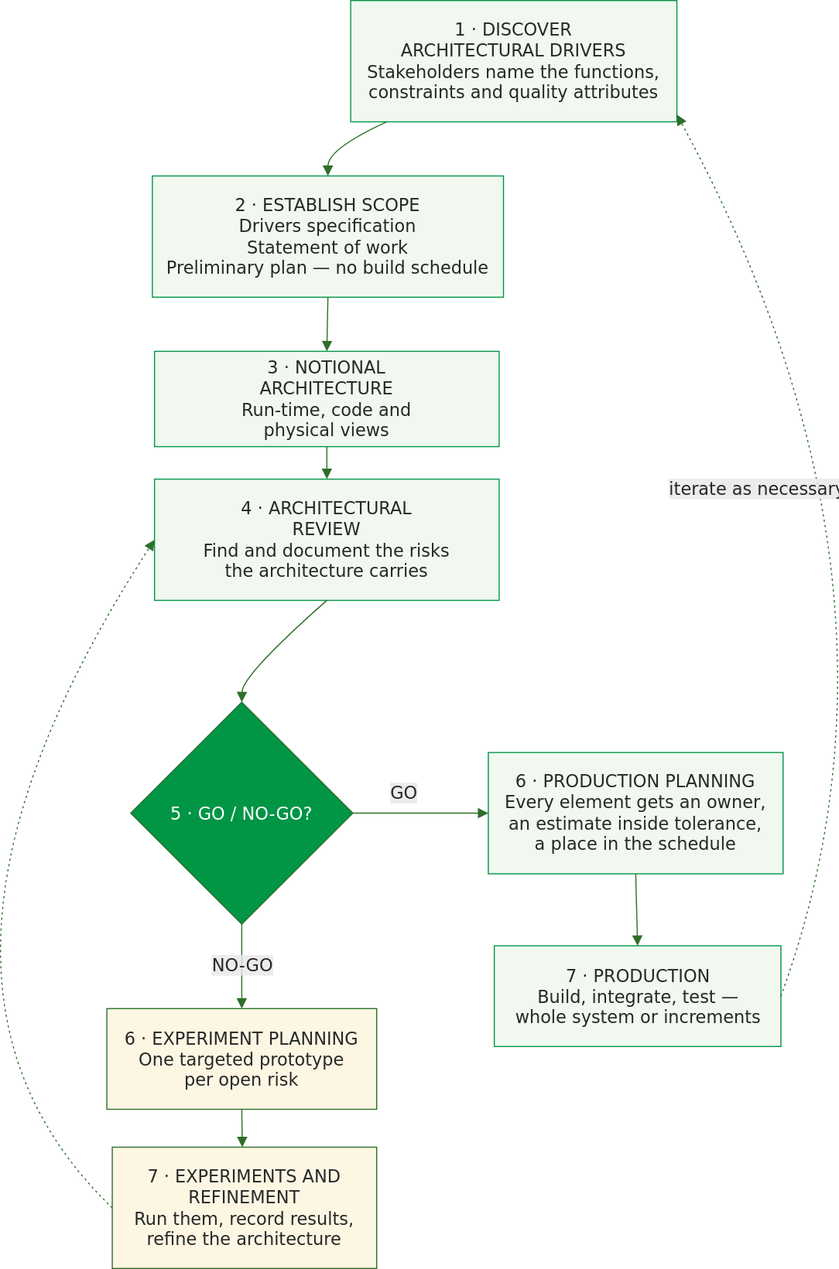
Earlier version of the draw.io export images/acdm.svg (msdbok/msdbok.github.io). Source tidied: cells renumbered, new cells last; positions are measured from the earlier drawing's top-left corner, leaving out a move shared by most shapes. Its diagram source:
```xml
<mxGraphModel>
  <root>
    <mxCell id="0" />
    <mxCell id="1" parent="0" />
    <mxCell id="2" value="1 · DISCOVER&#10;ARCHITECTURAL DRIVERS&#10;Stakeholders name the functions,&#10;constraints and quality attributes" style="html=1;whiteSpace=wrap;strokeWidth=1;fillColor=#f0f8f0;strokeColor=#019546;fontColor=#282828;fontFamily=Tahoma,Verdana,DejaVu Sans,sans-serif;fontSize=16;" parent="1" vertex="1">
      <mxGeometry x="442" width="301" height="112" as="geometry" />
    </mxCell>
    <mxCell id="3" value="2 · ESTABLISH SCOPE&#10;Drivers specification&#10;Statement of work&#10;Preliminary plan — no build schedule" style="html=1;whiteSpace=wrap;strokeWidth=1;fillColor=#f0f8f0;strokeColor=#019546;fontColor=#282828;fontFamily=Tahoma,Verdana,DejaVu Sans,sans-serif;fontSize=16;" parent="1" vertex="1">
      <mxGeometry x="259" y="162" width="324" height="112" as="geometry" />
    </mxCell>
    <mxCell id="4" value="3 · NOTIONAL&#10;ARCHITECTURE&#10;Run-time, code and&#10;physical views" style="html=1;whiteSpace=wrap;strokeWidth=1;fillColor=#f0f8f0;strokeColor=#019546;fontColor=#282828;fontFamily=Tahoma,Verdana,DejaVu Sans,sans-serif;fontSize=16;" parent="1" vertex="1">
      <mxGeometry x="261" y="324" width="318" height="88" as="geometry" />
    </mxCell>
    <mxCell id="5" value="4 · ARCHITECTURAL&#10;REVIEW&#10;Find and document the risks&#10;the architecture carries" style="html=1;whiteSpace=wrap;strokeWidth=1;fillColor=#f0f8f0;strokeColor=#019546;fontColor=#282828;fontFamily=Tahoma,Verdana,DejaVu Sans,sans-serif;fontSize=16;" parent="1" vertex="1">
      <mxGeometry x="261" y="442" width="318" height="112" as="geometry" />
    </mxCell>
    <mxCell id="6" value="5 · GO / NO-GO?" style="rhombus;html=1;strokeWidth=1;whiteSpace=wrap;fillColor=#019546;strokeColor=#2D6E2A;fontColor=#ffffff;fontFamily=Tahoma,Verdana,DejaVu Sans,sans-serif;fontSize=16;" parent="1" vertex="1">
      <mxGeometry x="239" y="648" width="205" height="205" as="geometry" />
    </mxCell>
    <mxCell id="7" value="6 · EXPERIMENT PLANNING&#10;One targeted prototype&#10;per open risk" style="html=1;whiteSpace=wrap;strokeWidth=1;fillColor=#fdf6e3;strokeColor=#2D6E2A;fontColor=#282828;fontFamily=Tahoma,Verdana,DejaVu Sans,sans-serif;fontSize=16;" parent="1" vertex="1">
      <mxGeometry x="217" y="931" width="249" height="93" as="geometry" />
    </mxCell>
    <mxCell id="8" value="7 · EXPERIMENTS AND&#10;REFINEMENT&#10;Run them, record results,&#10;refine the architecture" style="html=1;whiteSpace=wrap;strokeWidth=1;fillColor=#fdf6e3;strokeColor=#2D6E2A;fontColor=#282828;fontFamily=Tahoma,Verdana,DejaVu Sans,sans-serif;fontSize=16;" parent="1" vertex="1">
      <mxGeometry x="222" y="1059" width="244" height="112" as="geometry" />
    </mxCell>
    <mxCell id="9" value="6 · PRODUCTION PLANNING&#10;Every element gets an owner,&#10;an estimate inside tolerance,&#10;a place in the schedule" style="html=1;whiteSpace=wrap;strokeWidth=1;fillColor=#f0f8f0;strokeColor=#019546;fontColor=#282828;fontFamily=Tahoma,Verdana,DejaVu Sans,sans-serif;fontSize=16;" parent="1" vertex="1">
      <mxGeometry x="569" y="694.5" width="272" height="112" as="geometry" />
    </mxCell>
    <mxCell id="10" value="7 · PRODUCTION&#10;Build, integrate, test —&#10;whole system or increments" style="html=1;whiteSpace=wrap;strokeWidth=1;fillColor=#f0f8f0;strokeColor=#019546;fontColor=#282828;fontFamily=Tahoma,Verdana,DejaVu Sans,sans-serif;fontSize=16;" parent="1" vertex="1">
      <mxGeometry x="574.5" y="873" width="264.5" height="93" as="geometry" />
    </mxCell>
    <mxCell id="11" style="curved=1;startArrow=none;endArrow=block;endSize=7;strokeColor=#2D6E2A;exitX=0.11;exitY=1;entryX=0.5;entryY=0;" parent="1" edge="1" source="2" target="3">
      <mxGeometry relative="1" as="geometry">
        <Array as="points">
          <mxPoint x="421" y="137" />
        </Array>
      </mxGeometry>
    </mxCell>
    <mxCell id="12" style="curved=1;startArrow=none;endArrow=block;endSize=7;strokeColor=#2D6E2A;exitX=0.5;exitY=1;entryX=0.5;entryY=0;" parent="1" edge="1" source="3" target="4">
      <mxGeometry relative="1" as="geometry" />
    </mxCell>
    <mxCell id="13" style="curved=1;startArrow=none;endArrow=block;endSize=7;strokeColor=#2D6E2A;exitX=0.5;exitY=1;entryX=0.5;entryY=0;" parent="1" edge="1" source="4" target="5">
      <mxGeometry relative="1" as="geometry" />
    </mxCell>
    <mxCell id="14" style="curved=1;startArrow=none;endArrow=block;endSize=7;strokeColor=#2D6E2A;exitX=0.5;exitY=1;entryX=0.5;entryY=0;exitDx=0;exitDy=0;" parent="1" edge="1" source="5" target="6">
      <mxGeometry relative="1" as="geometry">
        <Array as="points">
          <mxPoint x="342" y="623" />
        </Array>
      </mxGeometry>
    </mxCell>
    <mxCell id="15" value="NO-GO" style="curved=1;startArrow=none;endArrow=block;endSize=7;strokeColor=#2D6E2A;html=1;fontSize=16;labelBackgroundColor=light-dark(#E8E8E88D,#2a2a2a8D);fontFamily=Tahoma,Verdana,DejaVu Sans,sans-serif;fontColor=#282828;exitX=0.5;exitY=1;entryX=0.5;entryY=0;" parent="1" edge="1" source="6" target="7">
      <mxGeometry relative="1" as="geometry" />
    </mxCell>
    <mxCell id="16" style="curved=1;startArrow=none;endArrow=block;endSize=7;strokeColor=#2D6E2A;exitX=0.5;exitY=1;" parent="1" edge="1" source="7">
      <mxGeometry relative="1" as="geometry">
        <mxPoint x="342" y="1059" as="targetPoint" />
      </mxGeometry>
    </mxCell>
    <mxCell id="17" style="curved=1;dashed=1;dashPattern=2 3;fixDash=1;startArrow=none;endArrow=block;endSize=7;strokeColor=#2D6E2A;exitX=0;exitY=0.5;entryX=0;entryY=0.5;entryDx=0;entryDy=0;exitDx=0;exitDy=0;" parent="1" edge="1" source="8" target="5">
      <mxGeometry relative="1" as="geometry">
        <Array as="points">
          <mxPoint y="901" />
        </Array>
      </mxGeometry>
    </mxCell>
    <mxCell id="18" value="GO" style="curved=1;startArrow=none;endArrow=block;endSize=7;strokeColor=#2D6E2A;html=1;fontSize=16;labelBackgroundColor=light-dark(#E8E8E88D,#2a2a2a8D);fontFamily=Tahoma,Verdana,DejaVu Sans,sans-serif;fontColor=#282828;exitX=1;exitY=0.5;entryX=0;entryY=0.5;entryDx=0;entryDy=0;exitDx=0;exitDy=0;" parent="1" edge="1" source="6" target="9">
      <mxGeometry x="-0.25" y="19" relative="1" as="geometry" />
    </mxCell>
    <mxCell id="19" style="curved=1;startArrow=none;endArrow=block;endSize=7;strokeColor=#2D6E2A;exitX=0.5;exitY=1;entryX=0.5;entryY=0;entryDx=0;entryDy=0;" parent="1" edge="1" source="9" target="10">
      <mxGeometry relative="1" as="geometry" />
    </mxCell>
    <mxCell id="20" value="iterate as necessary" style="curved=1;dashed=1;dashPattern=2 3;fixDash=1;startArrow=none;endArrow=block;endSize=7;strokeColor=#2D6E2A;html=1;fontSize=16;labelBackgroundColor=light-dark(#E8E8E88D,#2a2a2a8D);fontFamily=Tahoma,Verdana,DejaVu Sans,sans-serif;fontColor=#282828;entryX=1;entryY=0.94;exitX=1;exitY=0.5;exitDx=0;exitDy=0;" parent="1" edge="1" source="10" target="2">
      <mxGeometry x="0.25" y="99" relative="1" as="geometry">
        <Array as="points">
          <mxPoint x="978" y="539" />
        </Array>
        <mxPoint y="1" as="offset" />
      </mxGeometry>
    </mxCell>
  </root>
</mxGraphModel>
```
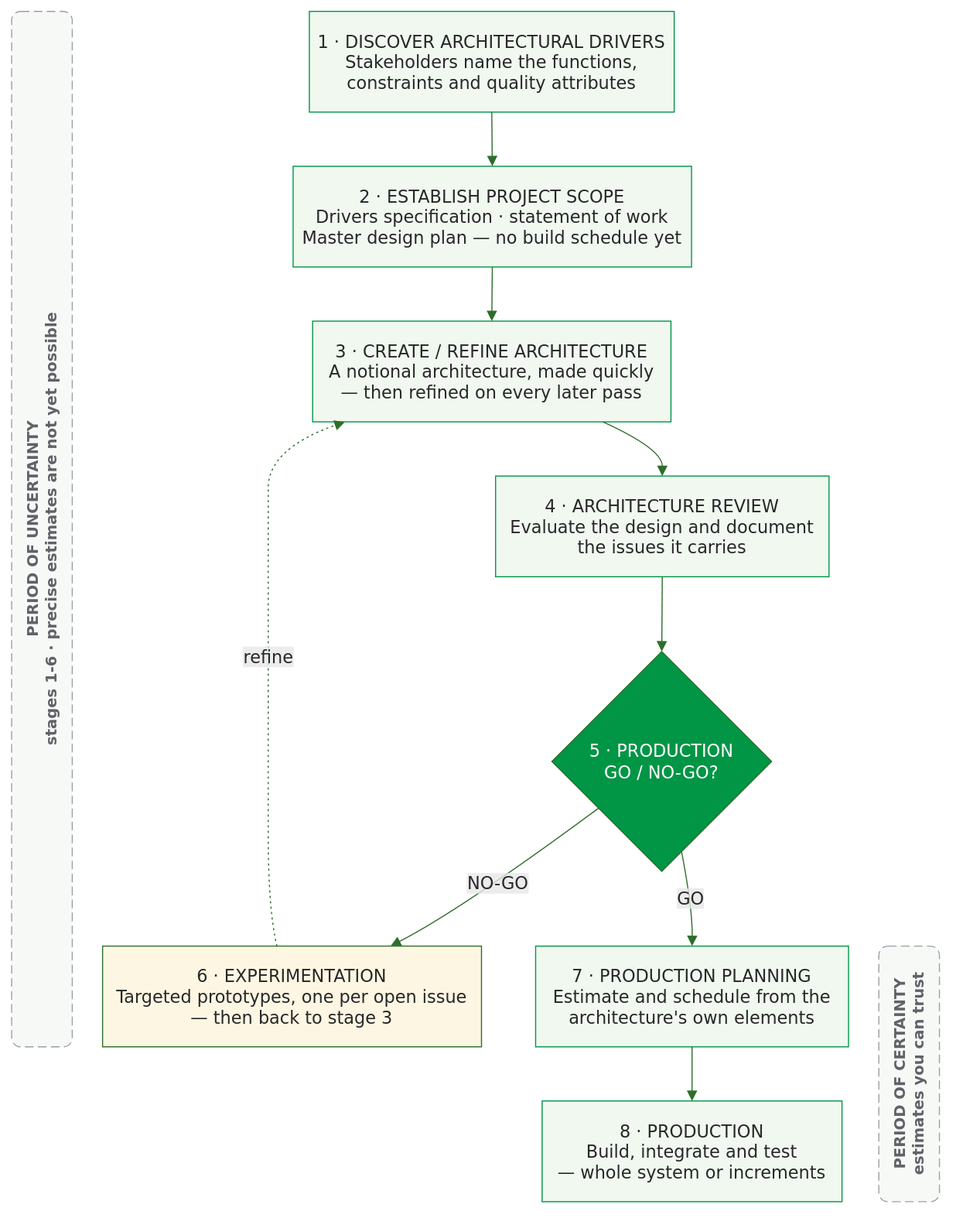
Later version of the same file.

Change to the diagram source:
```diff
@@ -2,81 +2,79 @@
   <root>
     <mxCell id="0" />
     <mxCell id="1" parent="0" />
+    <mxCell id="21" value="PERIOD OF UNCERTAINTY&#10;stages 1-6 · precise estimates are not yet possible" style="rounded=1;whiteSpace=wrap;html=1;horizontal=0;dashed=1;dashPattern=8 4;fillColor=#f7f9f7;strokeColor=#9aa0a6;fontColor=#5f6368;fontSize=14;fontStyle=1;verticalAlign=middle;align=center;fontFamily=Tahoma,Verdana,DejaVu Sans,sans-serif;" parent="1" vertex="1">
+      <mxGeometry x="133" width="56" height="956" as="geometry" />
+    </mxCell>
+    <mxCell id="22" value="PERIOD OF CERTAINTY&#10;estimates you can trust" style="rounded=1;whiteSpace=wrap;html=1;horizontal=0;dashed=1;dashPattern=8 4;fillColor=#f7f9f7;strokeColor=#9aa0a6;fontColor=#5f6368;fontSize=14;fontStyle=1;verticalAlign=middle;align=center;fontFamily=Tahoma,Verdana,DejaVu Sans,sans-serif;" parent="1" vertex="1">
+      <mxGeometry x="934" y="863" width="56" height="236" as="geometry" />
+    </mxCell>
-    <mxCell id="2" value="1 · DISCOVER&#10;ARCHITECTURAL DRIVERS&#10;Stakeholders name the functions,&#10;constraints and quality attributes" style="html=1;whiteSpace=wrap;strokeWidth=1;fillColor=#f0f8f0;strokeColor=#019546;fontColor=#282828;fontFamily=Tahoma,Verdana,DejaVu Sans,sans-serif;fontSize=16;" parent="1" vertex="1">
-      <mxGeometry x="442" width="301" height="112" as="geometry" />
+    <mxCell id="2" value="1 · DISCOVER ARCHITECTURAL DRIVERS&#10;Stakeholders name the functions,&#10;constraints and quality attributes" style="html=1;whiteSpace=wrap;strokeWidth=1;fillColor=#f0f8f0;strokeColor=#019546;fontColor=#282828;fontFamily=Tahoma,Verdana,DejaVu Sans,sans-serif;fontSize=16;" parent="1" vertex="1">
+      <mxGeometry x="408" width="337" height="93" as="geometry" />
     </mxCell>
-    <mxCell id="3" value="2 · ESTABLISH SCOPE&#10;Drivers specification&#10;Statement of work&#10;Preliminary plan — no build schedule" style="html=1;whiteSpace=wrap;strokeWidth=1;fillColor=#f0f8f0;strokeColor=#019546;fontColor=#282828;fontFamily=Tahoma,Verdana,DejaVu Sans,sans-serif;fontSize=16;" parent="1" vertex="1">
-      <mxGeometry x="259" y="162" width="324" height="112" as="geometry" />
+    <mxCell id="3" value="2 · ESTABLISH PROJECT SCOPE&#10;Drivers specification · statement of work&#10;Master design plan — no build schedule yet" style="html=1;whiteSpace=wrap;strokeWidth=1;fillColor=#f0f8f0;strokeColor=#019546;fontColor=#282828;fontFamily=Tahoma,Verdana,DejaVu Sans,sans-serif;fontSize=16;" parent="1" vertex="1">
+      <mxGeometry x="393" y="143" width="368" height="93" as="geometry" />
     </mxCell>
-    <mxCell id="4" value="3 · NOTIONAL&#10;ARCHITECTURE&#10;Run-time, code and&#10;physical views" style="html=1;whiteSpace=wrap;strokeWidth=1;fillColor=#f0f8f0;strokeColor=#019546;fontColor=#282828;fontFamily=Tahoma,Verdana,DejaVu Sans,sans-serif;fontSize=16;" parent="1" vertex="1">
-      <mxGeometry x="261" y="324" width="318" height="88" as="geometry" />
+    <mxCell id="4" value="3 · CREATE / REFINE ARCHITECTURE&#10;A notional architecture, made quickly&#10;— then refined on every later pass" style="html=1;whiteSpace=wrap;strokeWidth=1;fillColor=#f0f8f0;strokeColor=#019546;fontColor=#282828;fontFamily=Tahoma,Verdana,DejaVu Sans,sans-serif;fontSize=16;" parent="1" vertex="1">
+      <mxGeometry x="411" y="286" width="331" height="93" as="geometry" />
     </mxCell>
-    <mxCell id="5" value="4 · ARCHITECTURAL&#10;REVIEW&#10;Find and document the risks&#10;the architecture carries" style="html=1;whiteSpace=wrap;strokeWidth=1;fillColor=#f0f8f0;strokeColor=#019546;fontColor=#282828;fontFamily=Tahoma,Verdana,DejaVu Sans,sans-serif;fontSize=16;" parent="1" vertex="1">
-      <mxGeometry x="261" y="442" width="318" height="112" as="geometry" />
+    <mxCell id="5" value="4 · ARCHITECTURE REVIEW&#10;Evaluate the design and document&#10;the issues it carries" style="html=1;whiteSpace=wrap;strokeWidth=1;fillColor=#f0f8f0;strokeColor=#019546;fontColor=#282828;fontFamily=Tahoma,Verdana,DejaVu Sans,sans-serif;fontSize=16;" parent="1" vertex="1">
+      <mxGeometry x="580" y="429" width="308" height="93" as="geometry" />
     </mxCell>
-    <mxCell id="6" value="5 · GO / NO-GO?" style="rhombus;html=1;strokeWidth=1;whiteSpace=wrap;fillColor=#019546;strokeColor=#2D6E2A;fontColor=#ffffff;fontFamily=Tahoma,Verdana,DejaVu Sans,sans-serif;fontSize=16;" parent="1" vertex="1">
-      <mxGeometry x="239" y="648" width="205" height="205" as="geometry" />
+    <mxCell id="6" value="5 · PRODUCTION&#10;GO / NO-GO?" style="rhombus;html=1;strokeWidth=1;whiteSpace=wrap;fillColor=#019546;strokeColor=#2D6E2A;fontColor=#ffffff;fontFamily=Tahoma,Verdana,DejaVu Sans,sans-serif;fontSize=16;" parent="1" vertex="1">
+      <mxGeometry x="632" y="591" width="203" height="203" as="geometry" />
     </mxCell>
-    <mxCell id="7" value="6 · EXPERIMENT PLANNING&#10;One targeted prototype&#10;per open risk" style="html=1;whiteSpace=wrap;strokeWidth=1;fillColor=#fdf6e3;strokeColor=#2D6E2A;fontColor=#282828;fontFamily=Tahoma,Verdana,DejaVu Sans,sans-serif;fontSize=16;" parent="1" vertex="1">
-      <mxGeometry x="217" y="931" width="249" height="93" as="geometry" />
+    <mxCell id="7" value="6 · EXPERIMENTATION&#10;Targeted prototypes, one per open issue&#10;— then back to stage 3" style="html=1;whiteSpace=wrap;strokeWidth=1;fillColor=#fdf6e3;strokeColor=#2D6E2A;fontColor=#282828;fontFamily=Tahoma,Verdana,DejaVu Sans,sans-serif;fontSize=16;" parent="1" vertex="1">
+      <mxGeometry x="217" y="863" width="350" height="93" as="geometry" />
     </mxCell>
-    <mxCell id="8" value="7 · EXPERIMENTS AND&#10;REFINEMENT&#10;Run them, record results,&#10;refine the architecture" style="html=1;whiteSpace=wrap;strokeWidth=1;fillColor=#fdf6e3;strokeColor=#2D6E2A;fontColor=#282828;fontFamily=Tahoma,Verdana,DejaVu Sans,sans-serif;fontSize=16;" parent="1" vertex="1">
-      <mxGeometry x="222" y="1059" width="244" height="112" as="geometry" />
+    <mxCell id="8" value="7 · PRODUCTION PLANNING&#10;Estimate and schedule from the&#10;architecture's own elements" style="html=1;whiteSpace=wrap;strokeWidth=1;fillColor=#f0f8f0;strokeColor=#019546;fontColor=#282828;fontFamily=Tahoma,Verdana,DejaVu Sans,sans-serif;fontSize=16;" parent="1" vertex="1">
+      <mxGeometry x="617" y="863" width="289" height="93" as="geometry" />
     </mxCell>
-    <mxCell id="9" value="6 · PRODUCTION PLANNING&#10;Every element gets an owner,&#10;an estimate inside tolerance,&#10;a place in the schedule" style="html=1;whiteSpace=wrap;strokeWidth=1;fillColor=#f0f8f0;strokeColor=#019546;fontColor=#282828;fontFamily=Tahoma,Verdana,DejaVu Sans,sans-serif;fontSize=16;" parent="1" vertex="1">
-      <mxGeometry x="569" y="694.5" width="272" height="112" as="geometry" />
+    <mxCell id="9" value="8 · PRODUCTION&#10;Build, integrate and test&#10;— whole system or increments" style="html=1;whiteSpace=wrap;strokeWidth=1;fillColor=#f0f8f0;strokeColor=#019546;fontColor=#282828;fontFamily=Tahoma,Verdana,DejaVu Sans,sans-serif;fontSize=16;" parent="1" vertex="1">
+      <mxGeometry x="623" y="1006" width="277" height="93" as="geometry" />
     </mxCell>
-    <mxCell id="10" value="7 · PRODUCTION&#10;Build, integrate, test —&#10;whole system or increments" style="html=1;whiteSpace=wrap;strokeWidth=1;fillColor=#f0f8f0;strokeColor=#019546;fontColor=#282828;fontFamily=Tahoma,Verdana,DejaVu Sans,sans-serif;fontSize=16;" parent="1" vertex="1">
-      <mxGeometry x="574.5" y="873" width="264.5" height="93" as="geometry" />
+    <mxCell id="10" style="curved=1;startArrow=none;endArrow=block;endSize=7;strokeColor=#2D6E2A;exitX=0.5;exitY=1;entryX=0.5;entryY=0;" parent="1" edge="1" source="2" target="3">
+      <mxGeometry relative="1" as="geometry" />
     </mxCell>
-    <mxCell id="11" style="curved=1;startArrow=none;endArrow=block;endSize=7;strokeColor=#2D6E2A;exitX=0.11;exitY=1;entryX=0.5;entryY=0;" parent="1" edge="1" source="2" target="3">
-      <mxGeometry relative="1" as="geometry">
-        <Array as="points">
-          <mxPoint x="421" y="137" />
-        </Array>
-      </mxGeometry>
+    <mxCell id="11" style="curved=1;startArrow=none;endArrow=block;endSize=7;strokeColor=#2D6E2A;exitX=0.5;exitY=1;entryX=0.5;entryY=0;" parent="1" edge="1" source="3" target="4">
+      <mxGeometry relative="1" as="geometry" />
     </mxCell>
-    <mxCell id="12" style="curved=1;startArrow=none;endArrow=block;endSize=7;strokeColor=#2D6E2A;exitX=0.5;exitY=1;entryX=0.5;entryY=0;" parent="1" edge="1" source="3" target="4">
-      <mxGeometry relative="1" as="geometry" />
+    <mxCell id="12" style="curved=1;startArrow=none;endArrow=block;endSize=7;strokeColor=#2D6E2A;exitX=0.81;exitY=1;entryX=0.5;entryY=0;" parent="1" edge="1" source="4" target="5">
+      <mxGeometry relative="1" as="geometry">
+        <Array as="points">
+          <mxPoint x="734" y="404" />
+        </Array>
+      </mxGeometry>
     </mxCell>
-    <mxCell id="13" style="curved=1;startArrow=none;endArrow=block;endSize=7;strokeColor=#2D6E2A;exitX=0.5;exitY=1;entryX=0.5;entryY=0;" parent="1" edge="1" source="4" target="5">
+    <mxCell id="13" style="curved=1;startArrow=none;endArrow=block;endSize=7;strokeColor=#2D6E2A;exitX=0.5;exitY=1;entryX=0.5;entryY=0;" parent="1" edge="1" source="5" target="6">
       <mxGeometry relative="1" as="geometry" />
     </mxCell>
-    <mxCell id="14" style="curved=1;startArrow=none;endArrow=block;endSize=7;strokeColor=#2D6E2A;exitX=0.5;exitY=1;entryX=0.5;entryY=0;exitDx=0;exitDy=0;" parent="1" edge="1" source="5" target="6">
+    <mxCell id="14" value="NO-GO" style="curved=1;startArrow=none;endArrow=block;endSize=7;strokeColor=#2D6E2A;html=1;fontSize=16;labelBackgroundColor=light-dark(#E8E8E88D,#2a2a2a8D);fontFamily=Tahoma,Verdana,DejaVu Sans,sans-serif;fontColor=#282828;exitX=0;exitY=0.87;entryX=0.76;entryY=0;" parent="1" edge="1" source="6" target="7">
       <mxGeometry relative="1" as="geometry">
         <Array as="points">
-          <mxPoint x="342" y="623" />
+          <mxPoint x="549" y="829" />
         </Array>
       </mxGeometry>
     </mxCell>
-    <mxCell id="15" value="NO-GO" style="curved=1;startArrow=none;endArrow=block;endSize=7;strokeColor=#2D6E2A;html=1;fontSize=16;labelBackgroundColor=light-dark(#E8E8E88D,#2a2a2a8D);fontFamily=Tahoma,Verdana,DejaVu Sans,sans-serif;fontColor=#282828;exitX=0.5;exitY=1;entryX=0.5;entryY=0;" parent="1" edge="1" source="6" target="7">
-      <mxGeometry relative="1" as="geometry" />
+    <mxCell id="15" value="refine" style="curved=1;dashed=1;dashPattern=2 3;fixDash=1;startArrow=none;endArrow=block;endSize=7;strokeColor=#2D6E2A;html=1;fontSize=16;labelBackgroundColor=light-dark(#E8E8E88D,#2a2a2a8D);fontFamily=Tahoma,Verdana,DejaVu Sans,sans-serif;fontColor=#282828;exitX=0.46;exitY=0;entryX=0.09;entryY=1;" parent="1" edge="1" source="7" target="4">
+      <mxGeometry relative="1" as="geometry">
+        <Array as="points">
+          <mxPoint x="370" y="829" />
+          <mxPoint x="370" y="693" />
+          <mxPoint x="370" y="557" />
+          <mxPoint x="370" y="476" />
+          <mxPoint x="370" y="404" />
+        </Array>
+      </mxGeometry>
     </mxCell>
-    <mxCell id="16" style="curved=1;startArrow=none;endArrow=block;endSize=7;strokeColor=#2D6E2A;exitX=0.5;exitY=1;" parent="1" edge="1" source="7">
+    <mxCell id="16" value="GO" style="curved=1;startArrow=none;endArrow=block;endSize=7;strokeColor=#2D6E2A;html=1;fontSize=16;labelBackgroundColor=light-dark(#E8E8E88D,#2a2a2a8D);fontFamily=Tahoma,Verdana,DejaVu Sans,sans-serif;fontColor=#282828;exitX=0.61;exitY=1;entryX=0.5;entryY=0;" parent="1" edge="1" source="6" target="8">
       <mxGeometry relative="1" as="geometry">
-        <mxPoint x="342" y="1059" as="targetPoint" />
+        <Array as="points">
+          <mxPoint x="762" y="829" />
+        </Array>
       </mxGeometry>
     </mxCell>
-    <mxCell id="17" style="curved=1;dashed=1;dashPattern=2 3;fixDash=1;startArrow=none;endArrow=block;endSize=7;strokeColor=#2D6E2A;exitX=0;exitY=0.5;entryX=0;entryY=0.5;entryDx=0;entryDy=0;exitDx=0;exitDy=0;" parent="1" edge="1" source="8" target="5">
-      <mxGeometry relative="1" as="geometry">
-        <Array as="points">
-          <mxPoint y="901" />
-        </Array>
-      </mxGeometry>
+    <mxCell id="17" style="curved=1;startArrow=none;endArrow=block;endSize=7;strokeColor=#2D6E2A;exitX=0.5;exitY=1;entryX=0.5;entryY=0;" parent="1" edge="1" source="8" target="9">
+      <mxGeometry relative="1" as="geometry" />
     </mxCell>
-    <mxCell id="18" value="GO" style="curved=1;startArrow=none;endArrow=block;endSize=7;strokeColor=#2D6E2A;html=1;fontSize=16;labelBackgroundColor=light-dark(#E8E8E88D,#2a2a2a8D);fontFamily=Tahoma,Verdana,DejaVu Sans,sans-serif;fontColor=#282828;exitX=1;exitY=0.5;entryX=0;entryY=0.5;entryDx=0;entryDy=0;exitDx=0;exitDy=0;" parent="1" edge="1" source="6" target="9">
-      <mxGeometry x="-0.25" y="19" relative="1" as="geometry" />
-    </mxCell>
-    <mxCell id="19" style="curved=1;startArrow=none;endArrow=block;endSize=7;strokeColor=#2D6E2A;exitX=0.5;exitY=1;entryX=0.5;entryY=0;entryDx=0;entryDy=0;" parent="1" edge="1" source="9" target="10">
-      <mxGeometry relative="1" as="geometry" />
-    </mxCell>
-    <mxCell id="20" value="iterate as necessary" style="curved=1;dashed=1;dashPattern=2 3;fixDash=1;startArrow=none;endArrow=block;endSize=7;strokeColor=#2D6E2A;html=1;fontSize=16;labelBackgroundColor=light-dark(#E8E8E88D,#2a2a2a8D);fontFamily=Tahoma,Verdana,DejaVu Sans,sans-serif;fontColor=#282828;entryX=1;entryY=0.94;exitX=1;exitY=0.5;exitDx=0;exitDy=0;" parent="1" edge="1" source="10" target="2">
-      <mxGeometry x="0.25" y="99" relative="1" as="geometry">
-        <Array as="points">
-          <mxPoint x="978" y="539" />
-        </Array>
-        <mxPoint y="1" as="offset" />
-      </mxGeometry>
-    </mxCell>
   </root>
 </mxGraphModel>
```
